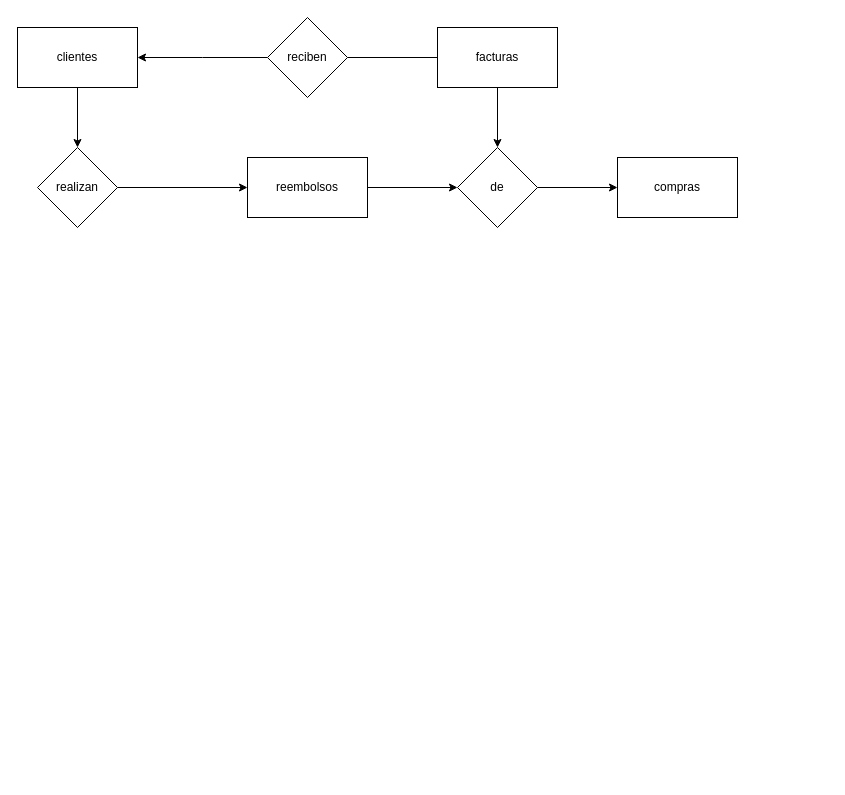
This is page "Página-2" (2 of 2) of automatizacion - ecommerce.drawio from AlbanyNVRodriguez/draw---diagrams, a draw.io file, before an edit. Source tidied: cells renumbered, new cells numbered last; positions are measured from the earlier drawing's top-left corner, leaving out a move shared by most shapes. Both pictures are drawn from the tidied source at 100%, with x=0, y=0 at pixel (17, 17).
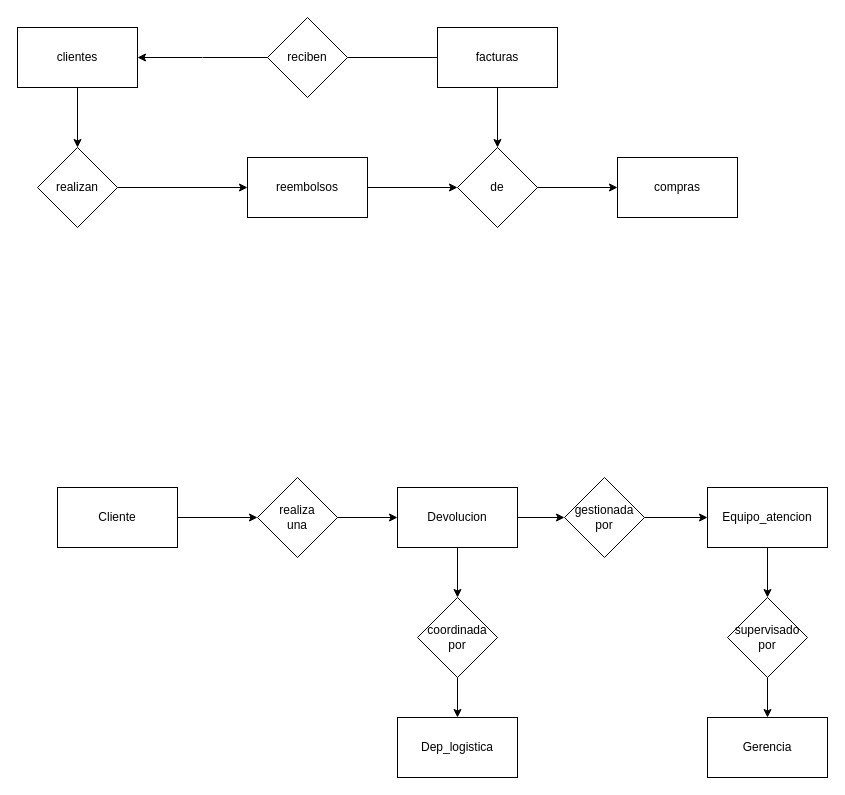
The same page after the edit.

The edit, as a diff of the source:
```diff
@@
+    <mxCell id="16" style="edgeStyle=orthogonalEdgeStyle;rounded=0;jettySize=auto;html=1;" parent="1" edge="1" source="17" target="19">
+      <mxGeometry relative="1" as="geometry" />
+    </mxCell>
+    <mxCell id="17" value="Cliente" style="rounded=0;whiteSpace=wrap;html=1;" parent="1" vertex="1">
+      <mxGeometry x="40" y="470" width="120" height="60" as="geometry" />
+    </mxCell>
+    <mxCell id="18" style="edgeStyle=orthogonalEdgeStyle;rounded=0;jettySize=auto;html=1;" parent="1" edge="1" source="19" target="22">
+      <mxGeometry relative="1" as="geometry" />
+    </mxCell>
+    <mxCell id="19" value="realiza&lt;div&gt;una&lt;/div&gt;" style="rhombus;whiteSpace=wrap;html=1;" parent="1" vertex="1">
+      <mxGeometry x="240" y="460" width="80" height="80" as="geometry" />
+    </mxCell>
+    <mxCell id="20" style="edgeStyle=orthogonalEdgeStyle;rounded=0;jettySize=auto;html=1;" parent="1" edge="1" source="26" target="24">
+      <mxGeometry relative="1" as="geometry" />
+    </mxCell>
+    <mxCell id="21" style="edgeStyle=orthogonalEdgeStyle;rounded=0;jettySize=auto;html=1;" parent="1" edge="1" source="22" target="28">
+      <mxGeometry relative="1" as="geometry" />
+    </mxCell>
+    <mxCell id="22" value="Devolucion" style="rounded=0;whiteSpace=wrap;html=1;" parent="1" vertex="1">
+      <mxGeometry x="380" y="470" width="120" height="60" as="geometry" />
+    </mxCell>
+    <mxCell id="23" style="edgeStyle=orthogonalEdgeStyle;rounded=0;jettySize=auto;html=1;" parent="1" edge="1" source="24" target="31">
+      <mxGeometry relative="1" as="geometry" />
+    </mxCell>
+    <mxCell id="24" value="Equipo_atencion" style="rounded=0;whiteSpace=wrap;html=1;" parent="1" vertex="1">
+      <mxGeometry x="690" y="470" width="120" height="60" as="geometry" />
+    </mxCell>
+    <mxCell id="25" style="edgeStyle=orthogonalEdgeStyle;rounded=0;jettySize=auto;html=1;" parent="1" edge="1" source="22" target="26">
+      <mxGeometry relative="1" as="geometry" />
+    </mxCell>
+    <mxCell id="26" value="gestionada&lt;div&gt;por&lt;/div&gt;" style="rhombus;whiteSpace=wrap;html=1;" parent="1" vertex="1">
+      <mxGeometry x="547" y="460" width="80" height="80" as="geometry" />
+    </mxCell>
+    <mxCell id="27" style="edgeStyle=orthogonalEdgeStyle;rounded=0;jettySize=auto;html=1;" parent="1" edge="1" source="28" target="29">
+      <mxGeometry relative="1" as="geometry" />
+    </mxCell>
+    <mxCell id="28" value="coordinada&lt;div&gt;por&lt;/div&gt;" style="rhombus;whiteSpace=wrap;html=1;" parent="1" vertex="1">
+      <mxGeometry x="400" y="580" width="80" height="80" as="geometry" />
+    </mxCell>
+    <mxCell id="29" value="Dep_logistica" style="rounded=0;whiteSpace=wrap;html=1;" parent="1" vertex="1">
+      <mxGeometry x="380" y="700" width="120" height="60" as="geometry" />
+    </mxCell>
+    <mxCell id="30" style="edgeStyle=orthogonalEdgeStyle;rounded=0;jettySize=auto;html=1;" parent="1" edge="1" source="31" target="32">
+      <mxGeometry relative="1" as="geometry" />
+    </mxCell>
+    <mxCell id="31" value="supervisado&lt;div&gt;por&lt;/div&gt;" style="rhombus;whiteSpace=wrap;html=1;" parent="1" vertex="1">
+      <mxGeometry x="710" y="580" width="80" height="80" as="geometry" />
+    </mxCell>
+    <mxCell id="32" value="Gerencia" style="rounded=0;whiteSpace=wrap;html=1;" parent="1" vertex="1">
+      <mxGeometry x="690" y="700" width="120" height="60" as="geometry" />
+    </mxCell>
```
